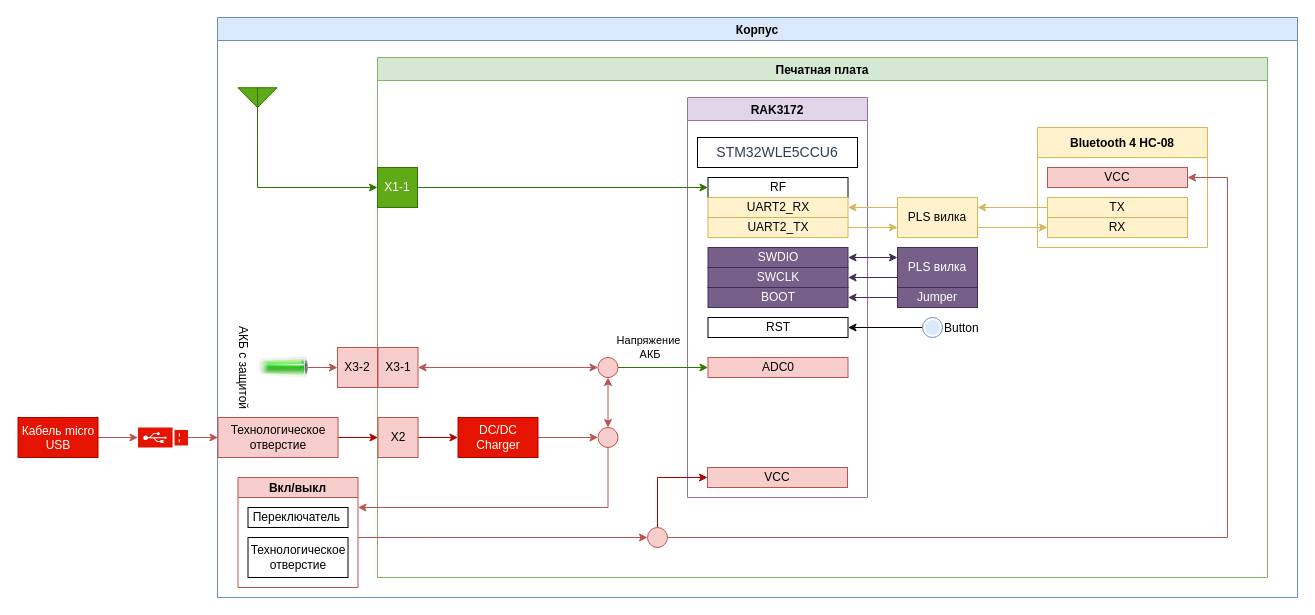
This is doc/Receiver/Структурная схема Peggy Receiver.drawio from Kvenecusghost/Peggy, a draw.io file, before an edit. Source tidied: cells renumbered, new cells numbered last; positions are measured from the earlier drawing's top-left corner, leaving out a move shared by most shapes. Both pictures are drawn from the tidied source at 100%, with x=0, y=0 at pixel (17, 17).
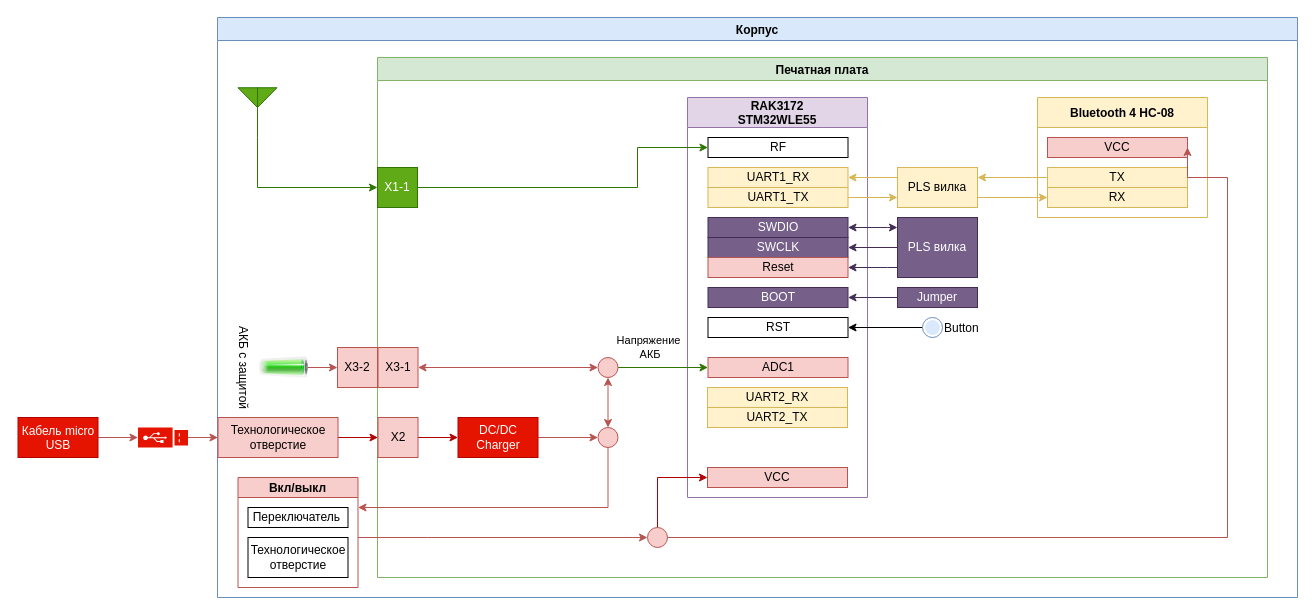
The same diagram, later.

Unchanged cells that the change refers to:
```xml
<mxCell id="3" value="Печатная плата" style="swimlane;fillColor=#d5e8d4;strokeColor=#82b366;strokeWidth=1;" parent="2" vertex="1">
  <mxGeometry x="160" y="40" width="890" height="520" as="geometry" />
</mxCell>
<mxCell id="32" value="X1-1" style="rounded=0;whiteSpace=wrap;html=1;fillColor=#60a917;strokeColor=#2D7600;fontColor=#ffffff;strokeWidth=1;" parent="3" vertex="1">
  <mxGeometry y="110" width="40" height="40" as="geometry" />
</mxCell>
```

Diff of the diagram source:
```diff
@@
-    <mxCell id="4" value="RAK3172" style="swimlane;strokeWidth=1;fillColor=#e1d5e7;strokeColor=#9673a6;" parent="3" vertex="1">
+    <mxCell id="4" value="RAK3172&#10;STM32WLE55" style="swimlane;strokeWidth=1;fillColor=#e1d5e7;strokeColor=#9673a6;startSize=30;" parent="3" vertex="1">
       <mxGeometry x="310" y="40" width="180" height="400" as="geometry" />
     </mxCell>
     <mxCell id="5" value="RF" style="rounded=0;whiteSpace=wrap;html=1;strokeWidth=1;" parent="4" vertex="1">
-      <mxGeometry x="20.5" y="80" width="140" height="20" as="geometry" />
+      <mxGeometry x="20.5" y="40" width="140" height="20" as="geometry" />
     </mxCell>
-    <mxCell id="6" value="UART2_RX" style="rounded=0;whiteSpace=wrap;html=1;strokeWidth=1;fillColor=#fff2cc;strokeColor=#d6b656;" parent="4" vertex="1">
-      <mxGeometry x="20.5" y="100" width="140" height="20" as="geometry" />
+    <mxCell id="6" value="UART1_RX" style="rounded=0;whiteSpace=wrap;html=1;strokeWidth=1;fillColor=#fff2cc;strokeColor=#d6b656;" parent="4" vertex="1">
+      <mxGeometry x="20.5" y="70" width="140" height="20" as="geometry" />
     </mxCell>
     <mxCell id="7" value="SWCLK" style="rounded=0;whiteSpace=wrap;html=1;strokeWidth=1;fillColor=#76608a;fontColor=#ffffff;strokeColor=#432D57;" parent="4" vertex="1">
-      <mxGeometry x="20.5" y="170" width="140" height="20" as="geometry" />
+      <mxGeometry x="20.5" y="140" width="140" height="20" as="geometry" />
     </mxCell>
@@
     <mxCell id="9" value="SWDIO" style="rounded=0;whiteSpace=wrap;html=1;strokeWidth=1;fillColor=#76608a;fontColor=#ffffff;strokeColor=#432D57;" parent="4" vertex="1">
-      <mxGeometry x="20.5" y="150" width="140" height="20" as="geometry" />
+      <mxGeometry x="20.5" y="120" width="140" height="20" as="geometry" />
     </mxCell>
-    <mxCell id="10" value="UART2_TX" style="rounded=0;whiteSpace=wrap;html=1;strokeWidth=1;fillColor=#fff2cc;strokeColor=#d6b656;" parent="4" vertex="1">
-      <mxGeometry x="20.5" y="120" width="140" height="20" as="geometry" />
+    <mxCell id="10" value="UART1_TX" style="rounded=0;whiteSpace=wrap;html=1;strokeWidth=1;fillColor=#fff2cc;strokeColor=#d6b656;" parent="4" vertex="1">
+      <mxGeometry x="20.5" y="90" width="140" height="20" as="geometry" />
     </mxCell>
@@
-    <mxCell id="12" value="&lt;span style=&quot;color: rgb(44 , 62 , 80) ; font-family: , &amp;#34;blinkmacsystemfont&amp;#34; , &amp;#34;segoe ui&amp;#34; , &amp;#34;roboto&amp;#34; , &amp;#34;oxygen&amp;#34; , &amp;#34;ubuntu&amp;#34; , &amp;#34;cantarell&amp;#34; , &amp;#34;fira sans&amp;#34; , &amp;#34;droid sans&amp;#34; , &amp;#34;helvetica neue&amp;#34; , sans-serif ; font-size: 14px ; text-align: left ; background-color: rgb(255 , 255 , 255)&quot;&gt;STM32WLE5CCU6&lt;/span&gt;" style="rounded=0;whiteSpace=wrap;html=1;strokeWidth=1;" parent="4" vertex="1">
-      <mxGeometry x="10" y="40" width="160" height="30" as="geometry" />
-    </mxCell>
@@
-    <mxCell id="14" value="ADC0" style="rounded=0;whiteSpace=wrap;html=1;strokeWidth=1;fillColor=#f8cecc;strokeColor=#b85450;" parent="4" vertex="1">
+    <mxCell id="14" value="ADC1" style="rounded=0;whiteSpace=wrap;html=1;strokeWidth=1;fillColor=#f8cecc;strokeColor=#b85450;" parent="4" vertex="1">
       <mxGeometry x="20.5" y="260" width="140" height="20" as="geometry" />
     </mxCell>
+    <mxCell id="62" value="UART2_RX" style="rounded=0;whiteSpace=wrap;html=1;strokeWidth=1;fillColor=#fff2cc;strokeColor=#d6b656;" parent="4" vertex="1">
+      <mxGeometry x="20" y="290" width="140" height="20" as="geometry" />
+    </mxCell>
+    <mxCell id="63" value="UART2_TX" style="rounded=0;whiteSpace=wrap;html=1;strokeWidth=1;fillColor=#fff2cc;strokeColor=#d6b656;" parent="4" vertex="1">
+      <mxGeometry x="20" y="310" width="140" height="20" as="geometry" />
+    </mxCell>
+    <mxCell id="64" value="Reset" style="rounded=0;whiteSpace=wrap;html=1;strokeWidth=1;fillColor=#f8cecc;strokeColor=#b85450;" parent="4" vertex="1">
+      <mxGeometry x="20.5" y="160" width="140" height="20" as="geometry" />
+    </mxCell>
@@
     <mxCell id="17" value="PLS вилка" style="rounded=0;whiteSpace=wrap;html=1;strokeWidth=1;fillColor=#fff2cc;strokeColor=#d6b656;" parent="3" vertex="1">
-      <mxGeometry x="520" y="140" width="80" height="40" as="geometry" />
+      <mxGeometry x="520" y="110" width="80" height="40" as="geometry" />
     </mxCell>
@@
-    <mxCell id="19" style="edgeStyle=orthogonalEdgeStyle;rounded=0;jettySize=auto;html=1;exitX=0;exitY=0.75;exitDx=0;exitDy=0;entryX=1;entryY=0.5;entryDx=0;entryDy=0;startArrow=none;startFill=0;strokeWidth=1;fillColor=#76608a;strokeColor=#432D57;" parent="3" edge="1" source="20" target="7">
+    <mxCell id="19" style="edgeStyle=orthogonalEdgeStyle;rounded=0;jettySize=auto;html=1;entryX=1;entryY=0.5;entryDx=0;entryDy=0;startArrow=none;startFill=0;strokeWidth=1;fillColor=#76608a;strokeColor=#432D57;" parent="3" edge="1" source="20" target="7">
       <mxGeometry relative="1" as="geometry" />
     </mxCell>
+    <mxCell id="65" style="edgeStyle=orthogonalEdgeStyle;rounded=0;jettySize=auto;html=1;fillColor=#76608a;strokeColor=#432D57;" parent="3" edge="1" source="20" target="64">
+      <mxGeometry relative="1" as="geometry">
+        <Array as="points">
+          <mxPoint x="510" y="210" />
+          <mxPoint x="510" y="210" />
+        </Array>
+      </mxGeometry>
+    </mxCell>
     <mxCell id="20" value="PLS вилка" style="rounded=0;whiteSpace=wrap;html=1;strokeWidth=1;fillColor=#76608a;strokeColor=#432D57;fontColor=#ffffff;" parent="3" vertex="1">
-      <mxGeometry x="520" y="190" width="80" height="40" as="geometry" />
+      <mxGeometry x="520" y="160" width="80" height="60" as="geometry" />
     </mxCell>
-    <mxCell id="21" style="edgeStyle=orthogonalEdgeStyle;rounded=0;jettySize=auto;html=1;exitX=1;exitY=0.5;exitDx=0;exitDy=0;entryX=0;entryY=0.25;entryDx=0;entryDy=0;startArrow=classic;startFill=1;strokeWidth=1;fillColor=#76608a;strokeColor=#432D57;" parent="3" edge="1" source="9" target="20">
-      <mxGeometry relative="1" as="geometry" />
+    <mxCell id="21" style="edgeStyle=orthogonalEdgeStyle;rounded=0;jettySize=auto;html=1;exitX=1;exitY=0.5;exitDx=0;exitDy=0;startArrow=classic;startFill=1;strokeWidth=1;fillColor=#76608a;strokeColor=#432D57;" parent="3" edge="1" source="9" target="20">
+      <mxGeometry relative="1" as="geometry">
+        <Array as="points">
+          <mxPoint x="510" y="170" />
+          <mxPoint x="510" y="170" />
+        </Array>
+      </mxGeometry>
     </mxCell>
@@
     <mxCell id="28" style="edgeStyle=orthogonalEdgeStyle;rounded=0;jettySize=auto;html=1;startArrow=none;startFill=0;strokeWidth=1;exitX=1;exitY=0.5;exitDx=0;exitDy=0;fillColor=#60a917;strokeColor=#2D7600;" parent="3" edge="1" source="32" target="5">
-      <mxGeometry relative="1" as="geometry" />
+      <mxGeometry relative="1" as="geometry">
+        <Array as="points">
+          <mxPoint x="260" y="130" />
+          <mxPoint x="260" y="90" />
+        </Array>
+      </mxGeometry>
     </mxCell>
@@
     <mxCell id="34" value="Bluetooth 4 HC-08" style="swimlane;strokeWidth=1;fillColor=#fff2cc;strokeColor=#d6b656;startSize=30;" parent="3" vertex="1">
-      <mxGeometry x="660" y="70" width="170" height="120" as="geometry" />
+      <mxGeometry x="660" y="40" width="170" height="120" as="geometry" />
     </mxCell>
```
